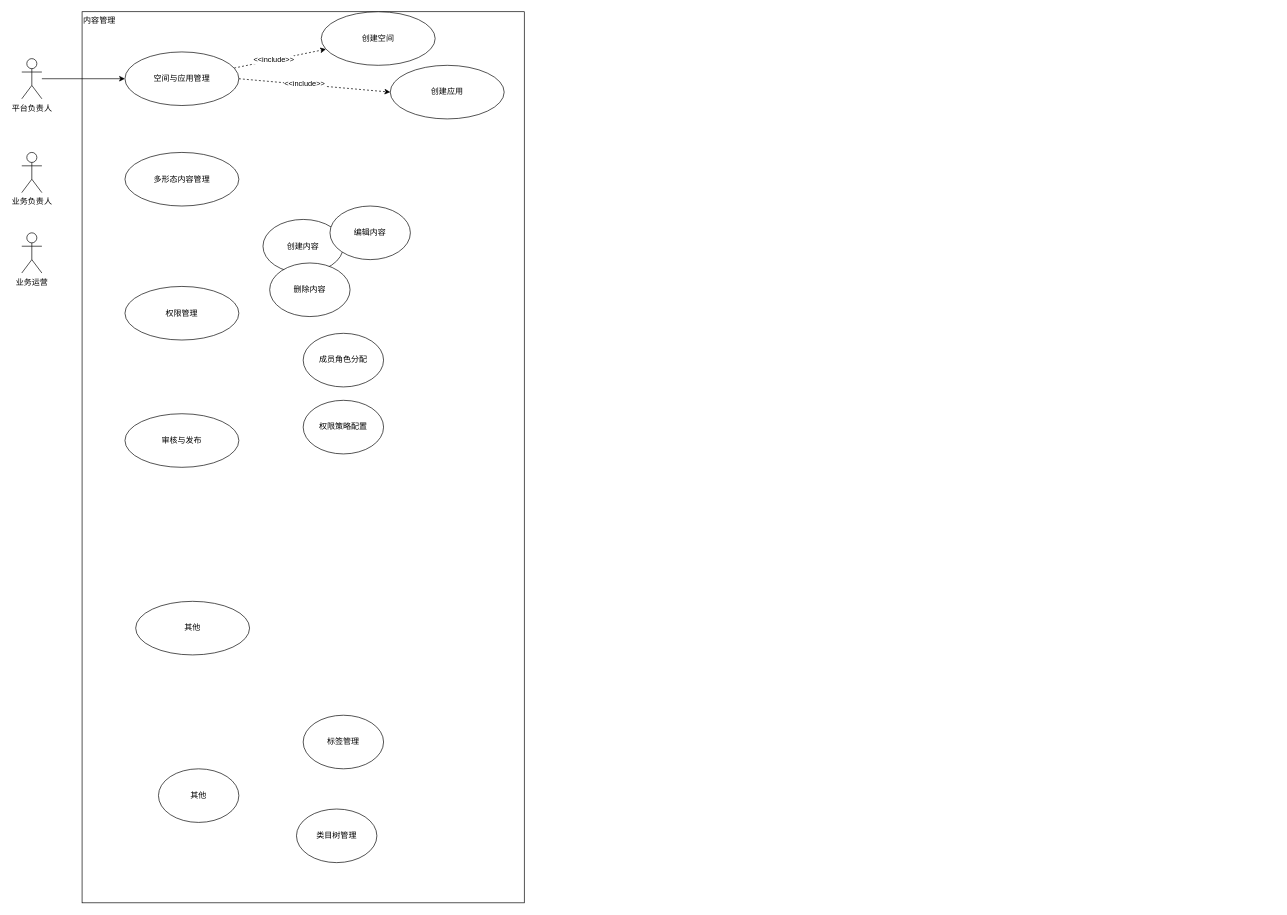
The draw.io diagram page "内容管理用例图" (5 of 26) of figure/figures.drawio in jqq04/nju-thesis-2026, before the edit. Source tidied: cells renumbered, new cells numbered last; positions are measured from the earlier drawing's top-left corner, leaving out a move shared by most shapes. Both pictures are drawn from the tidied source at 67%, with x=0, y=0 at pixel (21, 11).
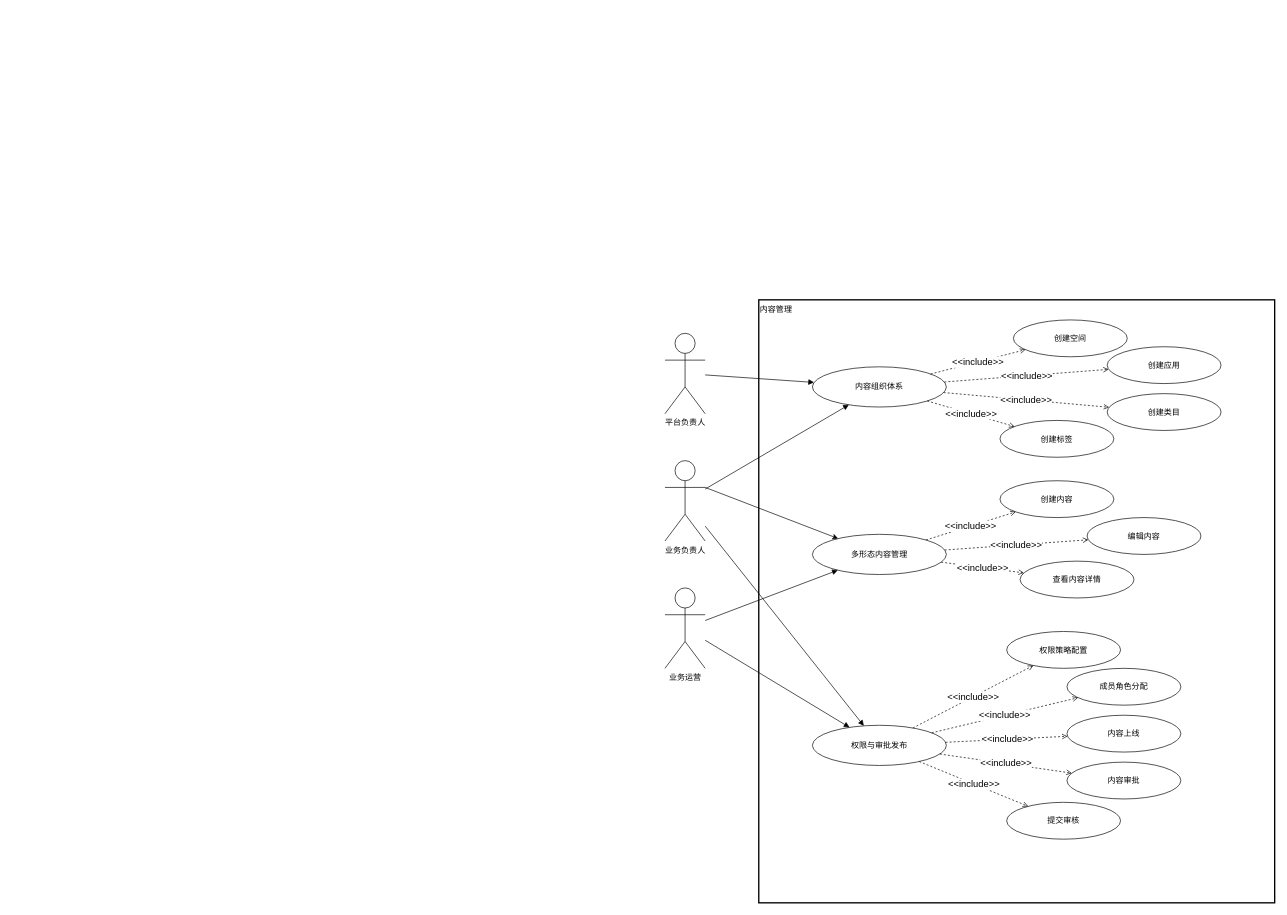
The same diagram, later.

Diff of the diagram source:
```diff
@@
-    <mxCell id="2" value="内容管理" style="rounded=0;whiteSpace=wrap;html=1;align=left;verticalAlign=top;" parent="1" vertex="1">
-      <mxGeometry x="90" width="660" height="1330" as="geometry" />
+    <mxCell id="2" value="内容管理" style="rounded=0;whiteSpace=wrap;html=1;strokeWidth=2;align=left;verticalAlign=top;" parent="1" vertex="1">
+      <mxGeometry x="1100" y="430" width="770" height="900" as="geometry" />
     </mxCell>
-    <mxCell id="3" style="rounded=0;jettySize=auto;html=1;" parent="1" edge="1" source="4" target="9">
-      <mxGeometry relative="1" as="geometry" />
-    </mxCell>
-    <mxCell id="4" value="平台负责人" style="shape=umlActor;verticalLabelPosition=bottom;verticalAlign=top;html=1;outlineConnect=0;" parent="1" vertex="1">
-      <mxGeometry y="70" width="30" height="60" as="geometry" />
+    <mxCell id="4" value="平台负责人" style="shape=umlActor;verticalLabelPosition=bottom;verticalAlign=top;html=1;" parent="1" vertex="1">
+      <mxGeometry x="960" y="480" width="60" height="120" as="geometry" />
     </mxCell>
+    <mxCell id="26" style="rounded=0;jettySize=auto;html=1;exitX=1;exitY=0.3333333333333333;exitDx=0;exitDy=0;exitPerimeter=0;" parent="1" edge="1" source="5" target="22">
+      <mxGeometry relative="1" as="geometry" />
+    </mxCell>
-    <mxCell id="5" value="业务负责人" style="shape=umlActor;verticalLabelPosition=bottom;verticalAlign=top;html=1;outlineConnect=0;" parent="1" vertex="1">
-      <mxGeometry y="210" width="30" height="60" as="geometry" />
+    <mxCell id="5" value="业务负责人" style="shape=umlActor;verticalLabelPosition=bottom;verticalAlign=top;html=1;" parent="1" vertex="1">
+      <mxGeometry x="960" y="670" width="60" height="120" as="geometry" />
     </mxCell>
-    <mxCell id="6" value="业务运营" style="shape=umlActor;verticalLabelPosition=bottom;verticalAlign=top;html=1;outlineConnect=0;" parent="1" vertex="1">
-      <mxGeometry y="330" width="30" height="60" as="geometry" />
+    <mxCell id="6" value="业务运营" style="shape=umlActor;verticalLabelPosition=bottom;verticalAlign=top;html=1;" parent="1" vertex="1">
+      <mxGeometry x="960" y="860" width="60" height="120" as="geometry" />
     </mxCell>
-    <mxCell id="7" style="rounded=0;jettySize=auto;html=1;dashed=1;" parent="1" edge="1" source="9" target="18">
-      <mxGeometry relative="1" as="geometry" />
-    </mxCell>
-    <mxCell id="8" value="&amp;lt;&amp;lt;include&amp;gt;&amp;gt;" style="edgeLabel;html=1;align=center;verticalAlign=middle;" parent="7" vertex="1">
-      <mxGeometry x="-0.14" y="1" relative="1" as="geometry" />
-    </mxCell>
-    <mxCell id="9" value="空间与应用管理" style="ellipse;whiteSpace=wrap;html=1;" parent="1" vertex="1">
-      <mxGeometry x="154" y="60" width="170" height="80" as="geometry" />
-    </mxCell>
-    <mxCell id="10" value="其他" style="ellipse;whiteSpace=wrap;html=1;" parent="1" vertex="1">
-      <mxGeometry x="204" y="1130" width="120" height="80" as="geometry" />
-    </mxCell>
+    <mxCell id="27" value="内容组织体系" style="ellipse;whiteSpace=wrap;html=1;" parent="1" vertex="1">
+      <mxGeometry x="1180" y="530" width="200" height="60" as="geometry" />
+    </mxCell>
+    <mxCell id="22" value="多形态内容管理" style="ellipse;whiteSpace=wrap;html=1;" parent="1" vertex="1">
+      <mxGeometry x="1180" y="780" width="200" height="60" as="geometry" />
+    </mxCell>
+    <mxCell id="28" value="权限与审批发布" style="ellipse;whiteSpace=wrap;html=1;" parent="1" vertex="1">
+      <mxGeometry x="1180" y="1065" width="200" height="60" as="geometry" />
+    </mxCell>
+    <mxCell id="18" value="创建空间" style="ellipse;whiteSpace=wrap;html=1;strokeColor=default;align=center;verticalAlign=middle;fontFamily=Helvetica;fontSize=12;fontColor=default;fillColor=default;" parent="1" vertex="1">
+      <mxGeometry x="1480" y="460" width="170" height="55" as="geometry" />
+    </mxCell>
+    <mxCell id="19" value="创建应用" style="ellipse;whiteSpace=wrap;html=1;strokeColor=default;align=center;verticalAlign=middle;fontFamily=Helvetica;fontSize=12;fontColor=default;fillColor=default;" parent="1" vertex="1">
+      <mxGeometry x="1620" y="500" width="170" height="55" as="geometry" />
+    </mxCell>
+    <mxCell id="29" value="创建类目" style="ellipse;whiteSpace=wrap;html=1;" parent="1" vertex="1">
+      <mxGeometry x="1620" y="570" width="170" height="55" as="geometry" />
+    </mxCell>
+    <mxCell id="30" value="创建标签" style="ellipse;whiteSpace=wrap;html=1;" parent="1" vertex="1">
+      <mxGeometry x="1460" y="610" width="170" height="55" as="geometry" />
+    </mxCell>
     <mxCell id="11" value="创建内容" style="ellipse;whiteSpace=wrap;html=1;" parent="1" vertex="1">
-      <mxGeometry x="360" y="310" width="120" height="80" as="geometry" />
+      <mxGeometry x="1460" y="700" width="170" height="55" as="geometry" />
     </mxCell>
     <mxCell id="12" value="编辑内容" style="ellipse;whiteSpace=wrap;html=1;" parent="1" vertex="1">
-      <mxGeometry x="460" y="290" width="120" height="80" as="geometry" />
+      <mxGeometry x="1590" y="755" width="170" height="55" as="geometry" />
     </mxCell>
-    <mxCell id="13" value="删除内容" style="ellipse;whiteSpace=wrap;html=1;" parent="1" vertex="1">
-      <mxGeometry x="370" y="375" width="120" height="80" as="geometry" />
-    </mxCell>
-    <mxCell id="14" value="标签管理" style="ellipse;whiteSpace=wrap;html=1;" parent="1" vertex="1">
-      <mxGeometry x="420" y="1050" width="120" height="80" as="geometry" />
-    </mxCell>
-    <mxCell id="15" value="类目树管理" style="ellipse;whiteSpace=wrap;html=1;" parent="1" vertex="1">
-      <mxGeometry x="410" y="1190" width="120" height="80" as="geometry" />
-    </mxCell>
+    <mxCell id="31" value="查看内容详情" style="ellipse;whiteSpace=wrap;html=1;" parent="1" vertex="1">
+      <mxGeometry x="1490" y="820" width="170" height="55" as="geometry" />
+    </mxCell>
     <mxCell id="16" value="成员角色分配" style="ellipse;whiteSpace=wrap;html=1;" parent="1" vertex="1">
-      <mxGeometry x="420" y="480" width="120" height="80" as="geometry" />
+      <mxGeometry x="1560" y="980" width="170" height="55" as="geometry" />
     </mxCell>
     <mxCell id="17" value="权限策略配置" style="ellipse;whiteSpace=wrap;html=1;" parent="1" vertex="1">
-      <mxGeometry x="420" y="580" width="120" height="80" as="geometry" />
+      <mxGeometry x="1470" y="925" width="170" height="55" as="geometry" />
     </mxCell>
-    <mxCell id="18" value="创建空间" style="ellipse;whiteSpace=wrap;html=1;" parent="1" vertex="1">
-      <mxGeometry x="447" width="170" height="80" as="geometry" />
-    </mxCell>
-    <mxCell id="19" value="创建应用" style="ellipse;whiteSpace=wrap;html=1;" parent="1" vertex="1">
-      <mxGeometry x="550" y="80" width="170" height="80" as="geometry" />
-    </mxCell>
-    <mxCell id="20" style="rounded=0;jettySize=auto;html=1;dashed=1;exitX=1;exitY=0.5;exitDx=0;exitDy=0;entryX=0;entryY=0.5;entryDx=0;entryDy=0;" parent="1" edge="1" source="9" target="19">
-      <mxGeometry relative="1" as="geometry" />
-    </mxCell>
-    <mxCell id="21" value="&amp;lt;&amp;lt;include&amp;gt;&amp;gt;" style="edgeLabel;html=1;align=center;verticalAlign=middle;" parent="20" vertex="1">
-      <mxGeometry x="-0.14" y="1" relative="1" as="geometry" />
-    </mxCell>
-    <mxCell id="22" value="多形态内容管理" style="ellipse;whiteSpace=wrap;html=1;" parent="1" vertex="1">
-      <mxGeometry x="154" y="210" width="170" height="80" as="geometry" />
-    </mxCell>
-    <mxCell id="23" value="权限管理" style="ellipse;whiteSpace=wrap;html=1;" parent="1" vertex="1">
-      <mxGeometry x="154" y="410" width="170" height="80" as="geometry" />
-    </mxCell>
-    <mxCell id="24" value="审核与发布" style="ellipse;whiteSpace=wrap;html=1;" parent="1" vertex="1">
-      <mxGeometry x="154" y="600" width="170" height="80" as="geometry" />
-    </mxCell>
-    <mxCell id="25" value="其他" style="ellipse;whiteSpace=wrap;html=1;" parent="1" vertex="1">
-      <mxGeometry x="170" y="880" width="170" height="80" as="geometry" />
-    </mxCell>
+    <mxCell id="32" value="提交审核" style="ellipse;whiteSpace=wrap;html=1;" parent="1" vertex="1">
+      <mxGeometry x="1470" y="1180" width="170" height="55" as="geometry" />
+    </mxCell>
+    <mxCell id="33" value="内容审批" style="ellipse;whiteSpace=wrap;html=1;" parent="1" vertex="1">
+      <mxGeometry x="1560" y="1120" width="170" height="55" as="geometry" />
+    </mxCell>
+    <mxCell id="34" value="内容上线" style="ellipse;whiteSpace=wrap;html=1;" parent="1" vertex="1">
+      <mxGeometry x="1560" y="1050" width="170" height="55" as="geometry" />
+    </mxCell>
+    <mxCell id="35" style="endArrow=block;html=1;" parent="1" edge="1" source="4" target="27">
+      <mxGeometry relative="1" as="geometry" />
+    </mxCell>
+    <mxCell id="36" style="endArrow=block;html=1;" parent="1" edge="1" source="5" target="27">
+      <mxGeometry relative="1" as="geometry" />
+    </mxCell>
+    <mxCell id="37" style="endArrow=block;html=1;" parent="1" edge="1" source="6" target="22">
+      <mxGeometry relative="1" as="geometry" />
+    </mxCell>
+    <mxCell id="38" style="endArrow=block;html=1;" parent="1" edge="1" source="5" target="28">
+      <mxGeometry relative="1" as="geometry" />
+    </mxCell>
+    <mxCell id="39" style="endArrow=block;html=1;" parent="1" edge="1" source="6" target="28">
+      <mxGeometry relative="1" as="geometry" />
+    </mxCell>
+    <mxCell id="40" value="&lt;font style=&quot;font-size: 14px;&quot;&gt;&amp;lt;&amp;lt;include&amp;gt;&amp;gt;&lt;/font&gt;" style="endArrow=open;dashed=1;html=1;fontSize=10;" parent="1" edge="1" source="27" target="18">
+      <mxGeometry relative="1" as="geometry" />
+    </mxCell>
+    <mxCell id="41" value="&lt;font style=&quot;font-size: 14px;&quot;&gt;&amp;lt;&amp;lt;include&amp;gt;&amp;gt;&lt;/font&gt;" style="endArrow=open;dashed=1;html=1;fontSize=10;rounded=1;strokeColor=default;align=center;verticalAlign=middle;fontFamily=Helvetica;fontColor=default;labelBackgroundColor=default;" parent="1" edge="1" source="27" target="19">
+      <mxGeometry relative="1" as="geometry" />
+    </mxCell>
+    <mxCell id="42" value="&lt;font style=&quot;font-size: 14px;&quot;&gt;&amp;lt;&amp;lt;include&amp;gt;&amp;gt;&lt;/font&gt;" style="endArrow=open;dashed=1;html=1;fontSize=10;" parent="1" edge="1" source="27" target="29">
+      <mxGeometry relative="1" as="geometry" />
+    </mxCell>
+    <mxCell id="43" value="&lt;font style=&quot;font-size: 14px;&quot;&gt;&amp;lt;&amp;lt;include&amp;gt;&amp;gt;&lt;/font&gt;" style="endArrow=open;dashed=1;html=1;fontSize=10;" parent="1" edge="1" source="27" target="30">
+      <mxGeometry relative="1" as="geometry" />
+    </mxCell>
+    <mxCell id="44" value="&lt;font style=&quot;font-size: 14px;&quot;&gt;&amp;lt;&amp;lt;include&amp;gt;&amp;gt;&lt;/font&gt;" style="endArrow=open;dashed=1;html=1;fontSize=10;" parent="1" edge="1" source="22" target="11">
+      <mxGeometry relative="1" as="geometry" />
+    </mxCell>
+    <mxCell id="45" value="&lt;font style=&quot;font-size: 14px;&quot;&gt;&amp;lt;&amp;lt;include&amp;gt;&amp;gt;&lt;/font&gt;" style="endArrow=open;dashed=1;html=1;fontSize=10;" parent="1" edge="1" source="22" target="12">
+      <mxGeometry relative="1" as="geometry" />
+    </mxCell>
+    <mxCell id="46" value="&lt;font style=&quot;font-size: 14px;&quot;&gt;&amp;lt;&amp;lt;include&amp;gt;&amp;gt;&lt;/font&gt;" style="endArrow=open;dashed=1;html=1;fontSize=10;" parent="1" edge="1" source="22" target="31">
+      <mxGeometry x="-0.01" relative="1" as="geometry" />
+    </mxCell>
+    <mxCell id="47" value="&lt;font style=&quot;font-size: 14px;&quot;&gt;&amp;lt;&amp;lt;include&amp;gt;&amp;gt;&lt;/font&gt;" style="endArrow=open;dashed=1;html=1;fontSize=10;" parent="1" edge="1" source="28" target="16">
+      <mxGeometry relative="1" as="geometry" />
+    </mxCell>
+    <mxCell id="48" value="&lt;font style=&quot;font-size: 14px;&quot;&gt;&amp;lt;&amp;lt;include&amp;gt;&amp;gt;&lt;/font&gt;" style="endArrow=open;dashed=1;html=1;fontSize=10;" parent="1" edge="1" source="28" target="17">
+      <mxGeometry relative="1" as="geometry" />
+    </mxCell>
+    <mxCell id="49" value="&lt;font style=&quot;font-size: 14px;&quot;&gt;&amp;lt;&amp;lt;include&amp;gt;&amp;gt;&lt;/font&gt;" style="endArrow=open;dashed=1;html=1;fontSize=10;" parent="1" edge="1" source="28" target="32">
+      <mxGeometry relative="1" as="geometry" />
+    </mxCell>
+    <mxCell id="50" value="&lt;font style=&quot;font-size: 14px;&quot;&gt;&amp;lt;&amp;lt;include&amp;gt;&amp;gt;&lt;/font&gt;" style="endArrow=open;dashed=1;html=1;fontSize=10;" parent="1" edge="1" source="28" target="33">
+      <mxGeometry x="0.01" relative="1" as="geometry" />
+    </mxCell>
+    <mxCell id="51" value="&lt;font style=&quot;font-size: 14px;&quot;&gt;&amp;lt;&amp;lt;include&amp;gt;&amp;gt;&lt;/font&gt;" style="endArrow=open;dashed=1;html=1;fontSize=10;" parent="1" edge="1" source="28" target="34">
+      <mxGeometry x="0.01" relative="1" as="geometry" />
+    </mxCell>
+    <mxCell id="52" style="edgeLabel;html=1;align=center;verticalAlign=middle;strokeColor=default;fontFamily=Helvetica;fontSize=12;fontColor=default;fillColor=default;" parent="51" vertex="1">
+      <mxGeometry x="-0.42" y="-1" relative="1" as="geometry" />
+    </mxCell>
```
